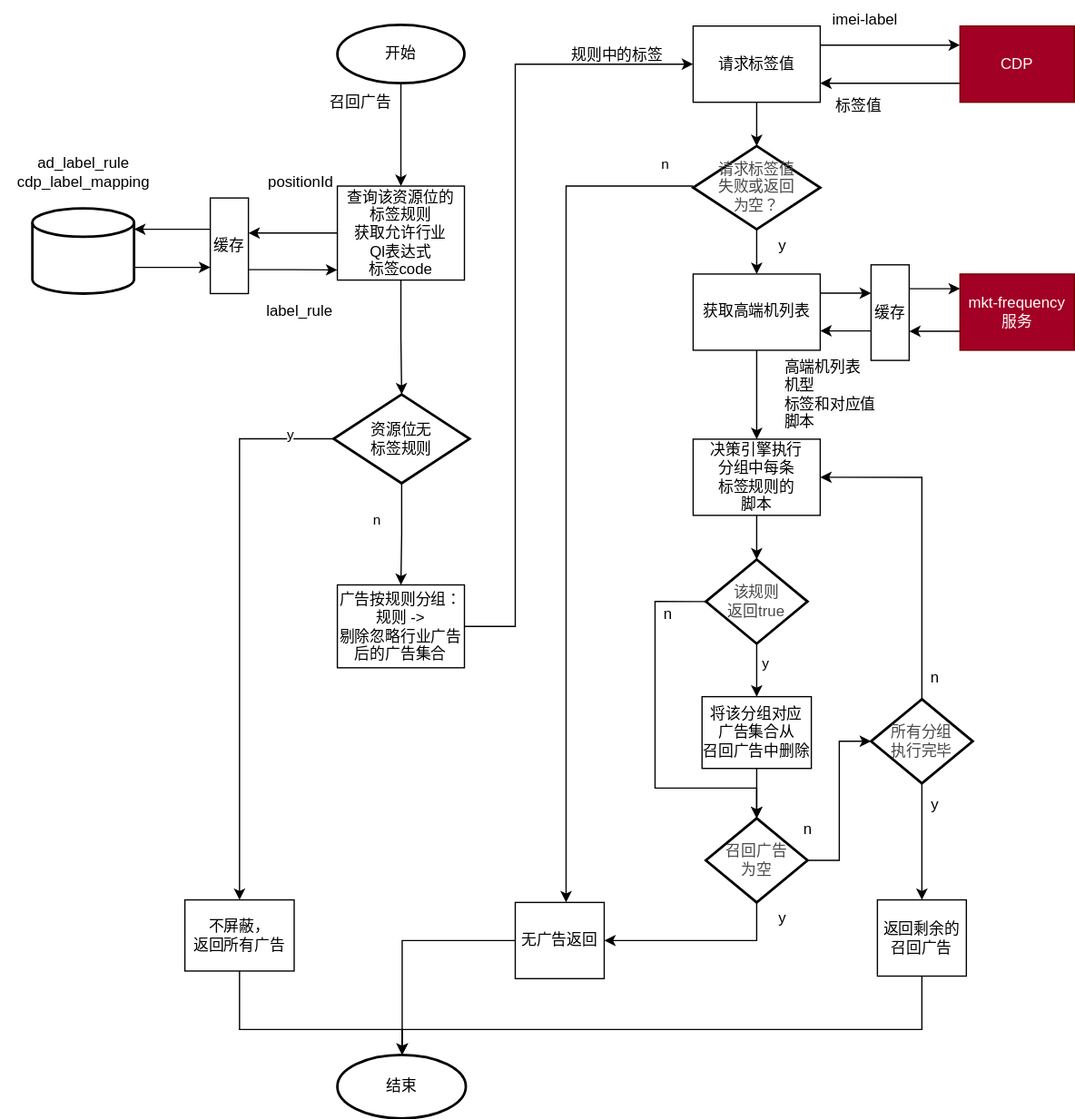
Above: high-end-filter.svg in WorryFreeCafe/diagram (draw.io), before the change. Source tidied: cells renumbered, new cells last; positions are measured from the earlier drawing's top-left corner, leaving out a move shared by most shapes.
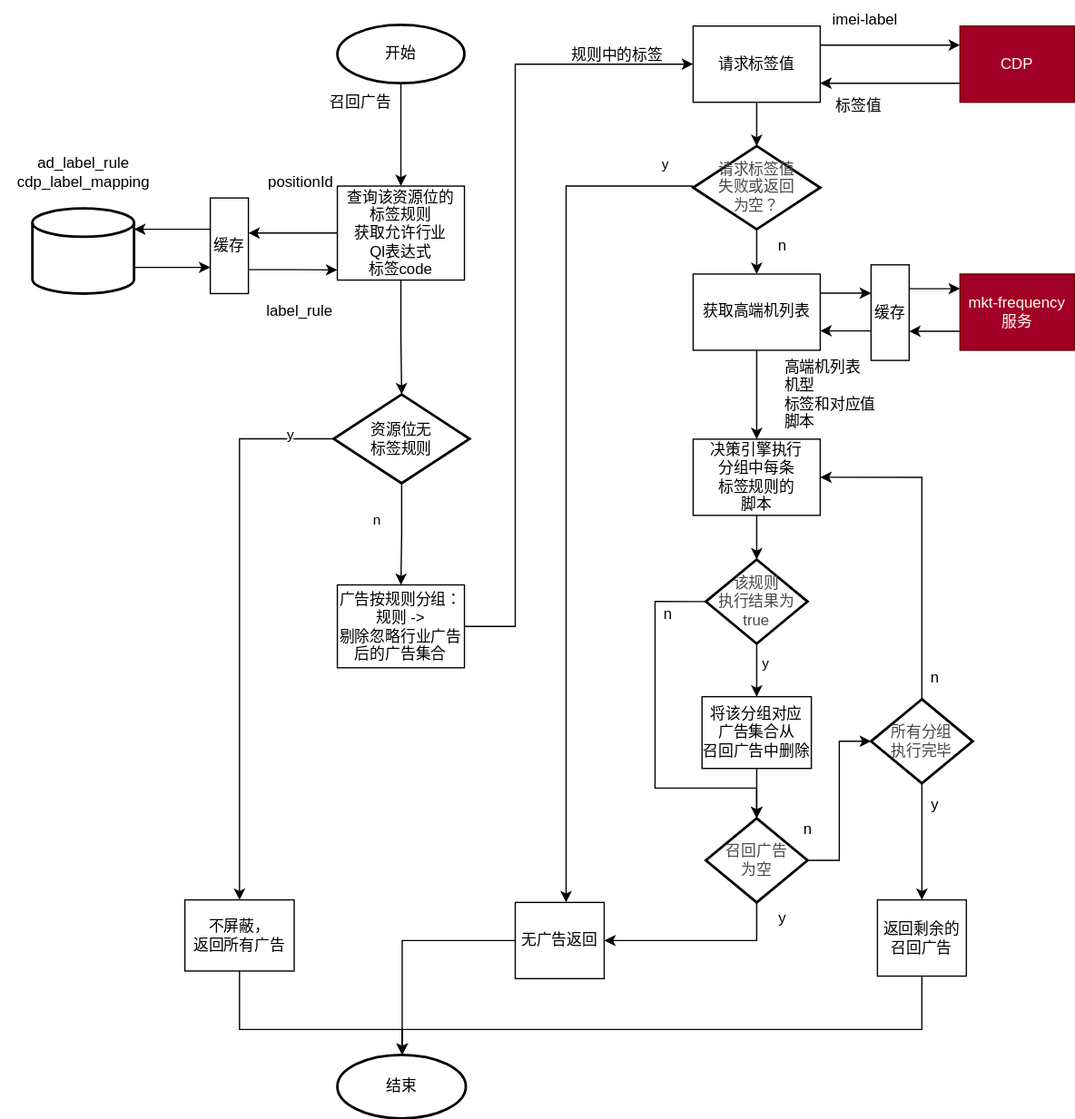
Above is the later version.

Diff of the diagram source:
```diff
@@ -59,7 +59,7 @@
         </Array>
       </mxGeometry>
     </mxCell>
-    <mxCell id="17" value="n" style="edgeLabel;html=1;align=center;verticalAlign=middle;" parent="16" vertex="1">
+    <mxCell id="17" value="y" style="edgeLabel;html=1;align=center;verticalAlign=middle;" parent="16" vertex="1">
       <mxGeometry x="-0.79" relative="1" as="geometry">
         <mxPoint x="46" y="-18" as="offset" />
       </mxGeometry>
@@ -122,7 +122,7 @@
     <mxCell id="33" value="y" style="edgeLabel;html=1;align=center;verticalAlign=middle;" parent="32" vertex="1">
       <mxGeometry x="-0.29" y="6" relative="1" as="geometry" />
     </mxCell>
-    <mxCell id="34" value="&lt;font color=&quot;#494949&quot;&gt;该规则&lt;br&gt;返回true&lt;/font&gt;" style="strokeWidth=2;html=1;shape=mxgraph.flowchart.decision;whiteSpace=wrap;" parent="1" vertex="1">
+    <mxCell id="34" value="&lt;font color=&quot;#494949&quot;&gt;该规则&lt;br&gt;执行结果为true&lt;/font&gt;" style="strokeWidth=2;html=1;shape=mxgraph.flowchart.decision;whiteSpace=wrap;" parent="1" vertex="1">
       <mxGeometry x="555" y="440" width="80" height="66.2" as="geometry" />
     </mxCell>
     <mxCell id="35" style="edgeStyle=orthogonalEdgeStyle;rounded=0;jettySize=auto;html=1;" parent="1" edge="1" source="36" target="51">
@@ -183,7 +183,7 @@
         <mxPoint x="195" y="183" as="targetPoint" />
       </mxGeometry>
     </mxCell>
-    <mxCell id="49" value="y" style="text;html=1;align=center;verticalAlign=middle;strokeColor=none;fillColor=none;" parent="1" vertex="1">
+    <mxCell id="49" value="n" style="text;html=1;align=center;verticalAlign=middle;strokeColor=none;fillColor=none;" parent="1" vertex="1">
       <mxGeometry x="600" y="178" width="30" height="30" as="geometry" />
     </mxCell>
     <mxCell id="50" value="召回广告" style="text;html=1;align=center;verticalAlign=middle;strokeColor=none;fillColor=none;" parent="1" vertex="1">
```
